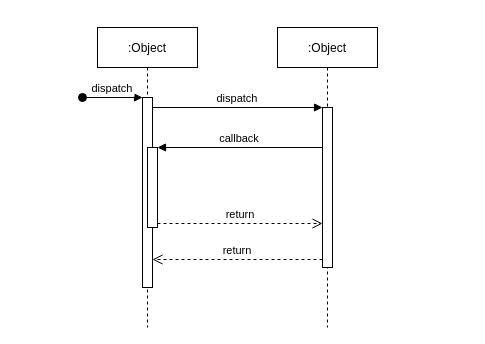
Above: about/Untitled Diagram.drawio in acewzj/post_md (draw.io), before the change. Source tidied: cells renumbered, new cells numbered last; positions are measured from the earlier drawing's top-left corner, leaving out a move shared by most shapes. Both pictures are drawn from the tidied source at 100%, with x=0, y=0 at pixel (82, 27).
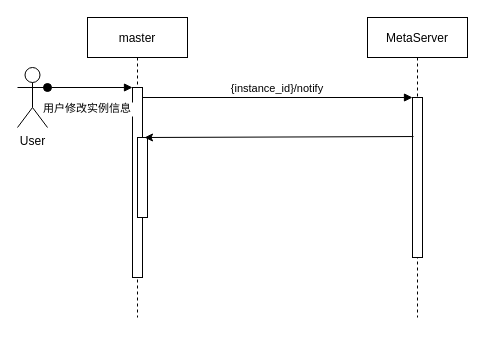
Above is the later version.

The edit, as a diff of the source:
```diff
@@
 <mxGraphModel>
   <root>
     <mxCell id="0" />
     <mxCell id="1" parent="0" />
-    <mxCell id="2" value=":Object" style="shape=umlLifeline;perimeter=lifelinePerimeter;rounded=0;shadow=0;strokeWidth=1;" parent="1" vertex="1">
-      <mxGeometry x="15" width="100" height="300" as="geometry" />
+    <mxCell id="2" value="master" style="shape=umlLifeline;perimeter=lifelinePerimeter;rounded=0;shadow=0;strokeWidth=1;" parent="1" vertex="1">
+      <mxGeometry x="5" y="-10" width="100" height="300" as="geometry" />
     </mxCell>
     <mxCell id="3" style="points=[];perimeter=orthogonalPerimeter;rounded=0;shadow=0;strokeWidth=1;" parent="2" vertex="1">
       <mxGeometry x="45" y="70" width="10" height="190" as="geometry" />
     </mxCell>
-    <mxCell id="4" value="dispatch" style="verticalAlign=bottom;startArrow=oval;endArrow=block;startSize=8;shadow=0;strokeWidth=1;" parent="2" edge="1" target="3">
-      <mxGeometry relative="1" as="geometry">
-        <mxPoint x="-15" y="70" as="sourcePoint" />
+    <mxCell id="4" value="用户修改实例信息" style="verticalAlign=bottom;startArrow=oval;endArrow=block;startSize=8;shadow=0;strokeWidth=1;" parent="2" edge="1" target="3">
+      <mxGeometry x="-0.06" y="-30" relative="1" as="geometry">
+        <mxPoint x="-40" y="70" as="sourcePoint" />
       </mxGeometry>
     </mxCell>
     <mxCell id="5" style="points=[];perimeter=orthogonalPerimeter;rounded=0;shadow=0;strokeWidth=1;" parent="2" vertex="1">
       <mxGeometry x="50" y="120" width="10" height="80" as="geometry" />
     </mxCell>
-    <mxCell id="6" value=":Object" style="shape=umlLifeline;perimeter=lifelinePerimeter;rounded=0;shadow=0;strokeWidth=1;" parent="1" vertex="1">
-      <mxGeometry x="195" width="100" height="300" as="geometry" />
+    <mxCell id="6" value="MetaServer" style="shape=umlLifeline;perimeter=lifelinePerimeter;rounded=0;shadow=0;strokeWidth=1;" parent="1" vertex="1">
+      <mxGeometry x="285" y="-10" width="100" height="300" as="geometry" />
     </mxCell>
     <mxCell id="7" style="points=[];perimeter=orthogonalPerimeter;rounded=0;shadow=0;strokeWidth=1;" parent="6" vertex="1">
       <mxGeometry x="45" y="80" width="10" height="160" as="geometry" />
     </mxCell>
-    <mxCell id="8" value="return" style="verticalAlign=bottom;endArrow=open;dashed=1;endSize=8;exitX=0;exitY=0.95;shadow=0;strokeWidth=1;" parent="1" edge="1" source="7" target="3">
-      <mxGeometry relative="1" as="geometry" />
-    </mxCell>
-    <mxCell id="9" value="dispatch" style="verticalAlign=bottom;endArrow=block;entryX=0;entryY=0;shadow=0;strokeWidth=1;" parent="1" edge="1" source="3" target="7">
+    <mxCell id="9" value="{instance_id}/notify" style="verticalAlign=bottom;endArrow=block;entryX=0;entryY=0;shadow=0;strokeWidth=1;" parent="1" edge="1" source="3" target="7">
       <mxGeometry relative="1" as="geometry" />
     </mxCell>
+    <mxCell id="12" value="User" style="shape=umlActor;verticalLabelPosition=bottom;verticalAlign=top;html=1;" parent="1" vertex="1">
+      <mxGeometry x="-65" y="40" width="30" height="60" as="geometry" />
+    </mxCell>
-    <mxCell id="10" value="callback" style="verticalAlign=bottom;endArrow=block;entryX=1;entryY=0;shadow=0;strokeWidth=1;" parent="1" edge="1" source="7" target="5">
+    <mxCell id="10" style="endArrow=classic;html=1;entryX=0.7;entryY=0;entryDx=0;entryDy=0;entryPerimeter=0;exitX=0.1;exitY=0.244;exitDx=0;exitDy=0;exitPerimeter=0;" parent="1" edge="1" source="7" target="5">
       <mxGeometry relative="1" as="geometry" />
     </mxCell>
-    <mxCell id="11" value="return" style="verticalAlign=bottom;endArrow=open;dashed=1;endSize=8;exitX=1;exitY=0.95;shadow=0;strokeWidth=1;" parent="1" edge="1" source="5" target="7">
-      <mxGeometry relative="1" as="geometry" />
-    </mxCell>
   </root>
 </mxGraphModel>
```
